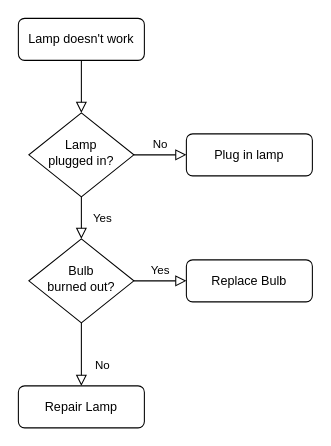
Earlier version of the draw.io diagram 名称未設定ファイル.drawio (chi-chanuk/ToDo_Web_App_ver1.0). Source tidied: cells renumbered, new cells numbered last; positions are measured from the earlier drawing's top-left corner, leaving out a move shared by most shapes. Both pictures are drawn from the tidied source at 105%, with x=0, y=0 at pixel (18, 18).
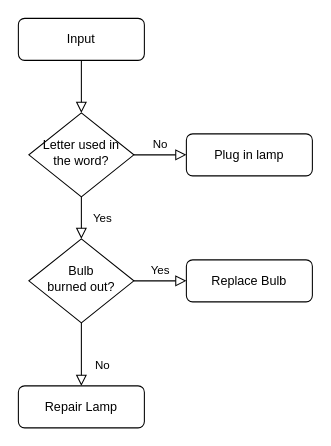
Above is the later version.

Change to the diagram source:
```diff
@@
 <mxGraphModel>
   <root>
     <mxCell id="0" />
     <mxCell id="1" parent="0" />
     <mxCell id="2" style="rounded=0;html=1;jettySize=auto;fontSize=11;endArrow=block;endFill=0;endSize=8;strokeWidth=1;shadow=0;labelBackgroundColor=none;edgeStyle=orthogonalEdgeStyle;" parent="1" edge="1" source="3" target="6">
       <mxGeometry relative="1" as="geometry" />
     </mxCell>
-    <mxCell id="3" value="Lamp doesn't work" style="rounded=1;whiteSpace=wrap;html=1;fontSize=12;glass=0;strokeWidth=1;shadow=0;" parent="1" vertex="1">
+    <mxCell id="3" value="Input" style="rounded=1;whiteSpace=wrap;html=1;fontSize=12;glass=0;strokeWidth=1;shadow=0;" parent="1" vertex="1">
       <mxGeometry width="120" height="40" as="geometry" />
     </mxCell>
     <mxCell id="4" value="Yes" style="rounded=0;html=1;jettySize=auto;fontSize=11;endArrow=block;endFill=0;endSize=8;strokeWidth=1;shadow=0;labelBackgroundColor=none;edgeStyle=orthogonalEdgeStyle;" parent="1" edge="1" source="6" target="10">
       <mxGeometry y="20" relative="1" as="geometry" />
     </mxCell>
     <mxCell id="5" value="No" style="edgeStyle=orthogonalEdgeStyle;rounded=0;html=1;jettySize=auto;fontSize=11;endArrow=block;endFill=0;endSize=8;strokeWidth=1;shadow=0;labelBackgroundColor=none;" parent="1" edge="1" source="6" target="7">
       <mxGeometry y="10" relative="1" as="geometry" />
     </mxCell>
-    <mxCell id="6" value="Lamp&lt;br&gt;plugged in?" style="rhombus;whiteSpace=wrap;html=1;shadow=0;fontFamily=Helvetica;fontSize=12;align=center;strokeWidth=1;spacing=6;spacingTop=-4;" parent="1" vertex="1">
+    <mxCell id="6" value="Letter used in the word?" style="rhombus;whiteSpace=wrap;html=1;shadow=0;fontFamily=Helvetica;fontSize=12;align=center;strokeWidth=1;spacing=6;spacingTop=-4;" parent="1" vertex="1">
       <mxGeometry x="10" y="90" width="100" height="80" as="geometry" />
     </mxCell>
     <mxCell id="7" value="Plug in lamp" style="rounded=1;whiteSpace=wrap;html=1;fontSize=12;glass=0;strokeWidth=1;shadow=0;" parent="1" vertex="1">
       <mxGeometry x="160" y="110" width="120" height="40" as="geometry" />
     </mxCell>
     <mxCell id="8" value="No" style="rounded=0;html=1;jettySize=auto;fontSize=11;endArrow=block;endFill=0;endSize=8;strokeWidth=1;shadow=0;labelBackgroundColor=none;edgeStyle=orthogonalEdgeStyle;" parent="1" edge="1" source="10" target="11">
       <mxGeometry x="0.33" y="20" relative="1" as="geometry" />
     </mxCell>
     <mxCell id="9" value="Yes" style="edgeStyle=orthogonalEdgeStyle;rounded=0;html=1;jettySize=auto;fontSize=11;endArrow=block;endFill=0;endSize=8;strokeWidth=1;shadow=0;labelBackgroundColor=none;" parent="1" edge="1" source="10" target="12">
       <mxGeometry y="10" relative="1" as="geometry" />
     </mxCell>
     <mxCell id="10" value="Bulb&lt;br&gt;burned out?" style="rhombus;whiteSpace=wrap;html=1;shadow=0;fontFamily=Helvetica;fontSize=12;align=center;strokeWidth=1;spacing=6;spacingTop=-4;" parent="1" vertex="1">
       <mxGeometry x="10" y="210" width="100" height="80" as="geometry" />
     </mxCell>
     <mxCell id="11" value="Repair Lamp" style="rounded=1;whiteSpace=wrap;html=1;fontSize=12;glass=0;strokeWidth=1;shadow=0;" parent="1" vertex="1">
       <mxGeometry y="350" width="120" height="40" as="geometry" />
     </mxCell>
     <mxCell id="12" value="Replace Bulb" style="rounded=1;whiteSpace=wrap;html=1;fontSize=12;glass=0;strokeWidth=1;shadow=0;" parent="1" vertex="1">
       <mxGeometry x="160" y="230" width="120" height="40" as="geometry" />
     </mxCell>
   </root>
 </mxGraphModel>
```
